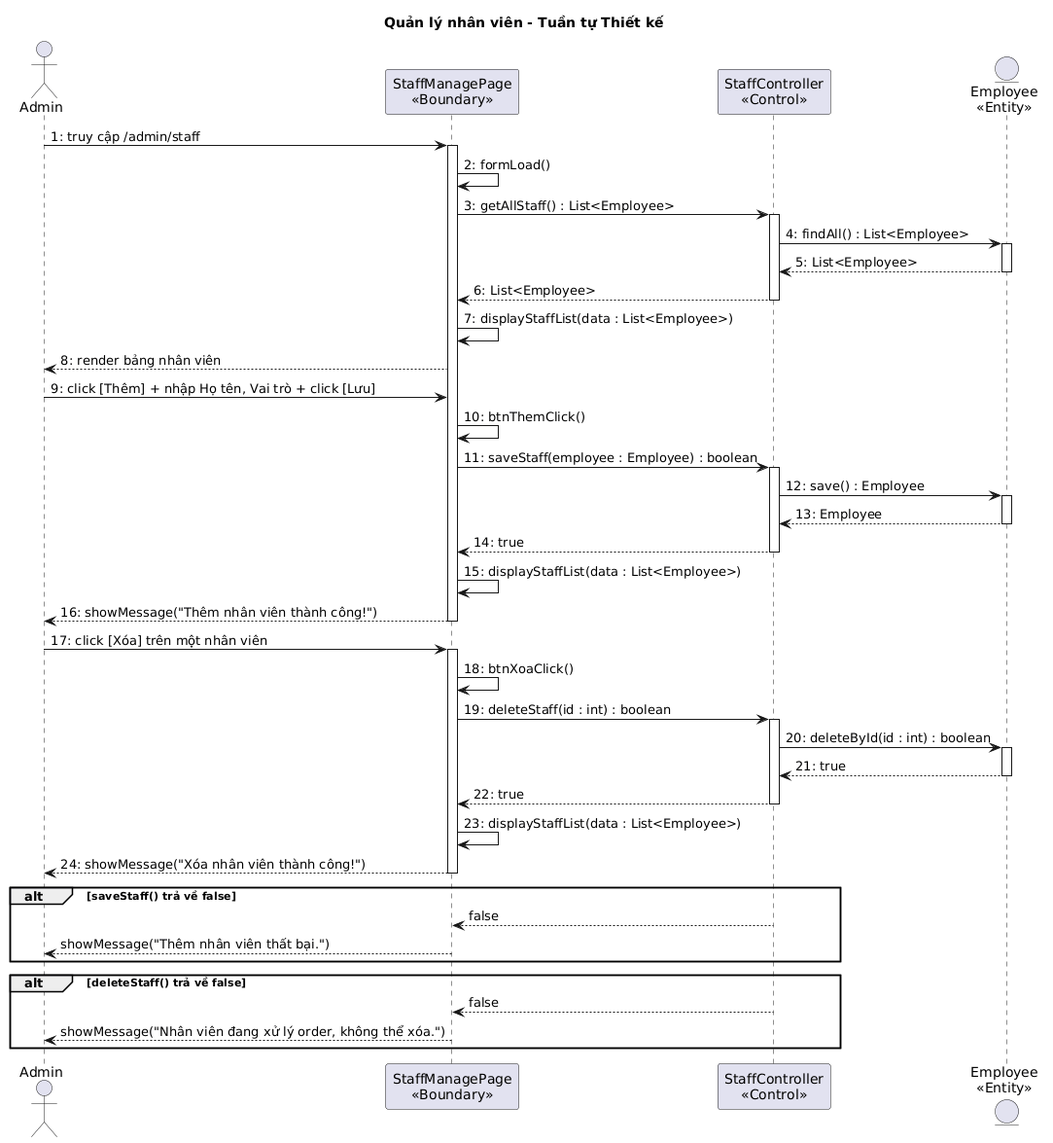
This is output/diagrams/account_seq_staff_design.png from thanhtrnnn/cnpm, a PlantUML export, as it was before one commit.
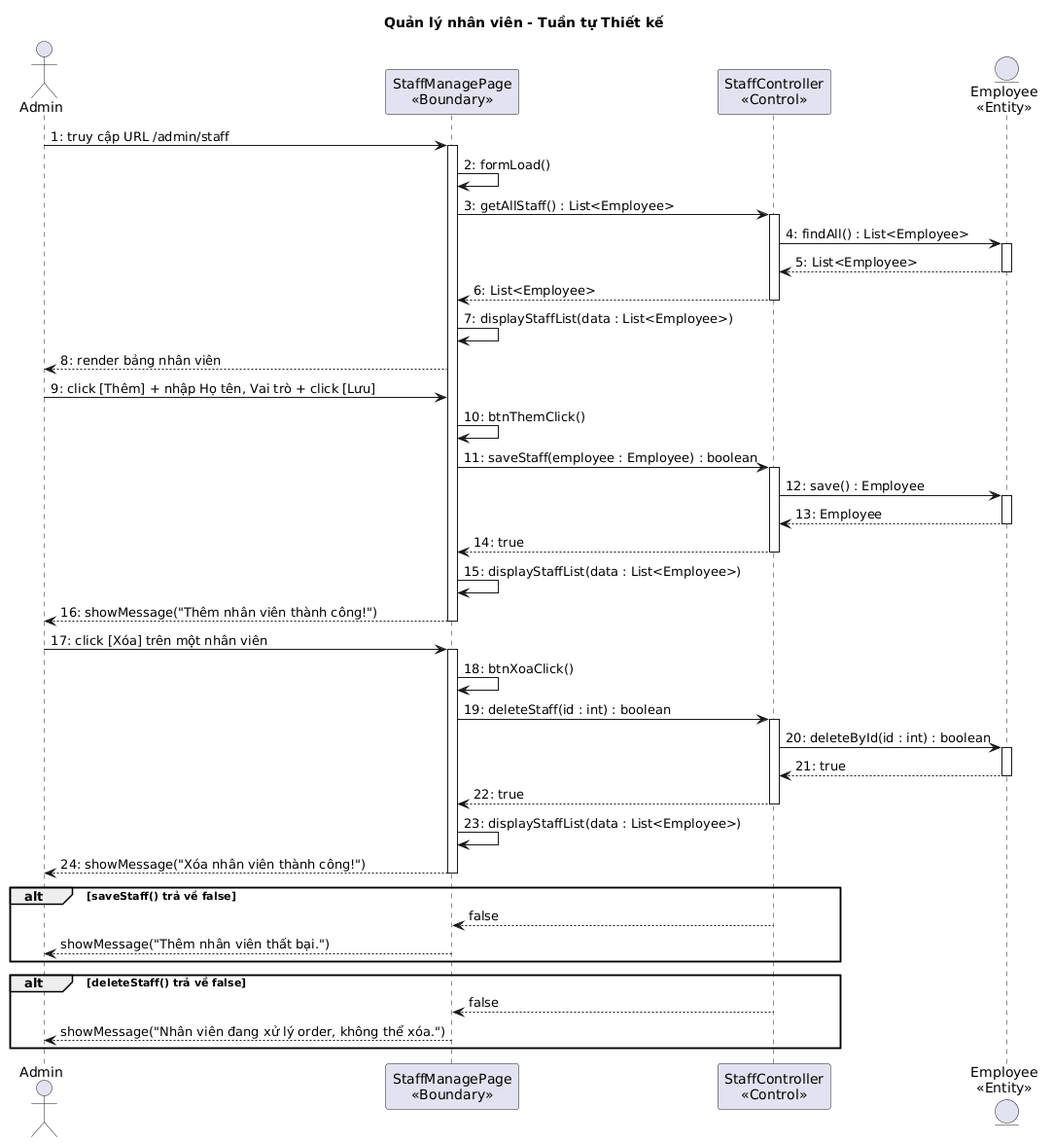
After the commit.

What changed in the source:
```diff
@@ -6,7 +6,7 @@
 participant "StaffController\n<<Control>>" as C1
 entity "Employee\n<<Entity>>" as E1
 
-Admin -> B1 : 1: truy cập /admin/staff
+Admin -> B1 : 1: truy cập URL /admin/staff
 activate B1
 B1 -> B1 : 2: formLoad()
 B1 -> C1 : 3: getAllStaff() : List<Employee>
```
